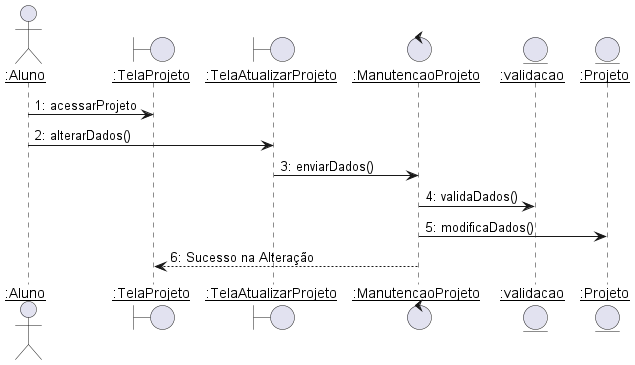
Before: diagramas/sequencia/alterar_projeto.png, a diagram exported from PlantUML (Pedro-V/projetorium).
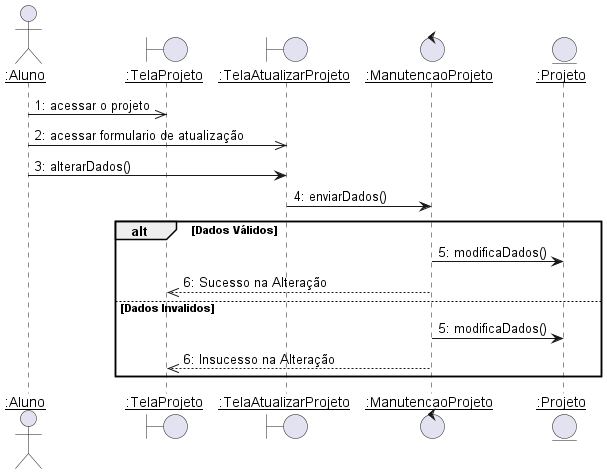
Above is the later version.

Commit message:
Add Fluxo Alternativo

Change to the diagram source:
```diff
@@ -5,16 +5,21 @@
 boundary ":TelaProjeto" as TelaProjeto
 boundary ":TelaAtualizarProjeto" as TelaAtualizarProjeto
 control ":ManutencaoProjeto" as ManutencaoProjeto
-entity ":validacao" as validacao
 entity ":Projeto" as Projeto
 
 
-Aluno -> TelaProjeto : 1: acessarProjeto
-Aluno -> TelaAtualizarProjeto : 2: alterarDados()
+Aluno ->> TelaProjeto : 1: acessar o projeto
+Aluno ->> TelaAtualizarProjeto : 2: acessar formulario de atualização
+Aluno -> TelaAtualizarProjeto : 3: alterarDados()
 
-TelaAtualizarProjeto -> ManutencaoProjeto : 3: enviarDados()
-ManutencaoProjeto -> validacao: 4: validaDados()
-ManutencaoProjeto -> Projeto : 5: modificaDados()
-ManutencaoProjeto --> TelaProjeto: 6: Sucesso na Alteração
+TelaAtualizarProjeto -> ManutencaoProjeto : 4: enviarDados()
+
+alt Dados Válidos
+    ManutencaoProjeto -> Projeto : 5: modificaDados()
+    ManutencaoProjeto -->> TelaProjeto --: 6: Sucesso na Alteração
+else Dados Invalidos
+    ManutencaoProjeto -> Projeto : 5: modificaDados()
+    ManutencaoProjeto -->> TelaProjeto --: 6: Insucesso na Alteração
+end
 
 @enduml
```
